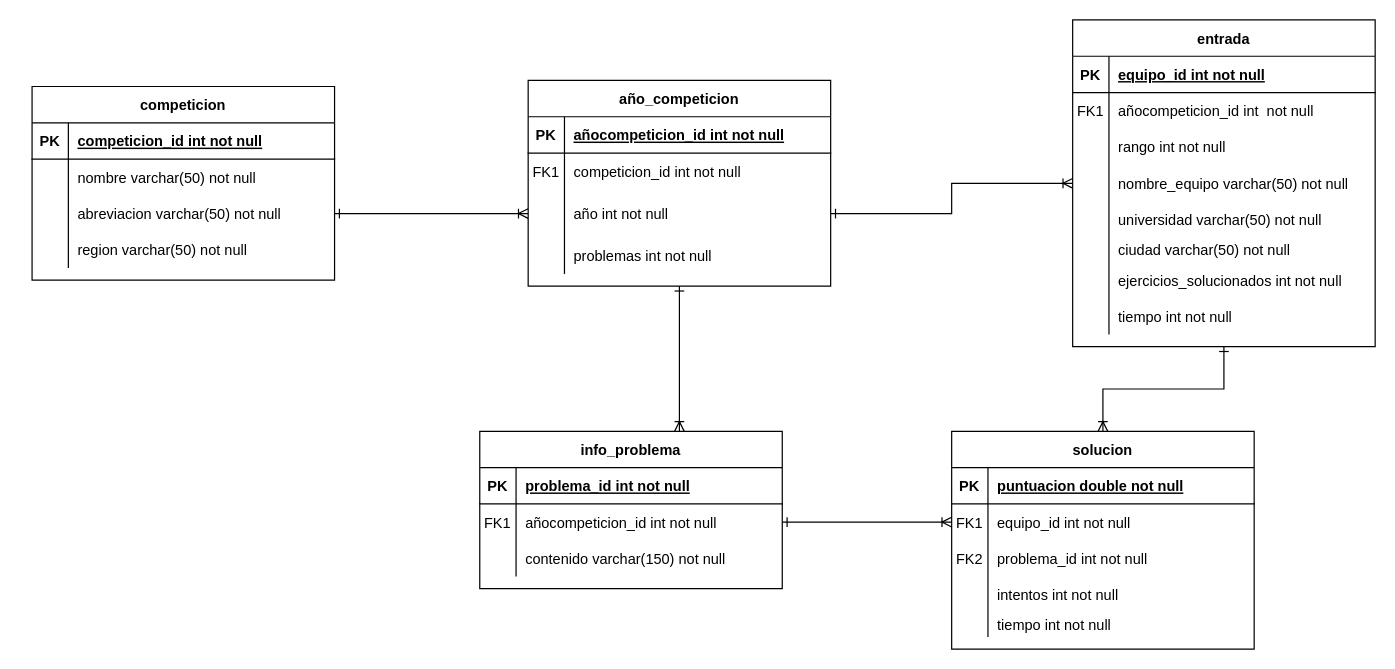
This is Untitled Diagram.drawio from ManruizUnBosque/WorkShop5, a draw.io file, before an edit. Source tidied: cells renumbered, new cells numbered last; positions are measured from the earlier drawing's top-left corner, leaving out a move shared by most shapes. Both pictures are drawn from the tidied source at 121%, with x=0, y=0 at pixel (31, 19).
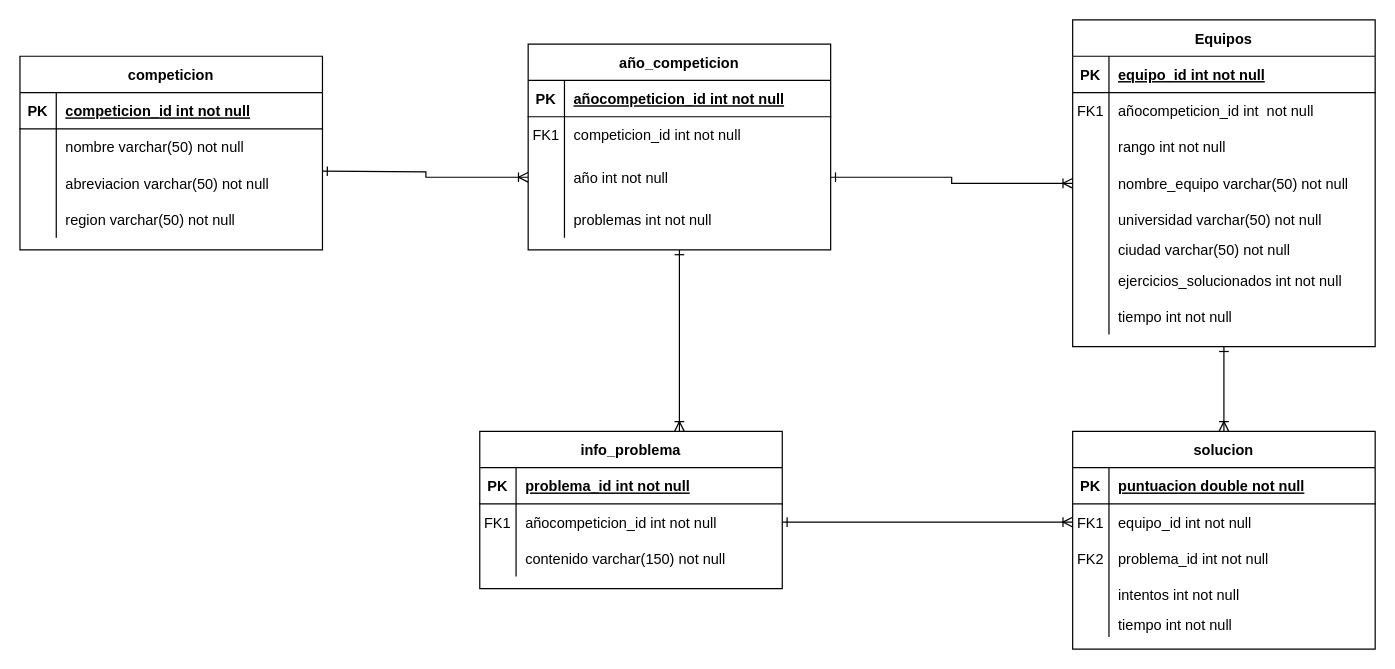
The same diagram, later.

The change refers to these unchanged cells:
```xml
<mxCell id="10" style="shape=partialRectangle;fillColor=none;points=[[0,0.5],[1,0.5]];portConstraint=eastwest;top=0;left=0;right=0;bottom=0;" parent="3" vertex="1">
  <mxGeometry y="90" width="250" height="40" as="geometry" />
</mxCell>
<mxCell id="33" style="shape=partialRectangle;fillColor=none;points=[[0,0.5],[1,0.5]];portConstraint=eastwest;top=0;left=0;right=0;bottom=0;" parent="26" vertex="1">
  <mxGeometry y="90" width="250" height="30" as="geometry" />
</mxCell>
```

Diff of the diagram source:
```diff
@@
     <mxCell id="3" value="año_competicion" style="shape=table;startSize=30;childLayout=tableLayout;rowLines=0;fontStyle=1;align=center;" parent="1" vertex="1">
-      <mxGeometry x="410" y="50" width="250" height="170" as="geometry" />
+      <mxGeometry x="410" y="20" width="250" height="170" as="geometry" />
     </mxCell>
@@
     <mxCell id="26" value="competicion" style="shape=table;startSize=30;childLayout=tableLayout;rowLines=0;fontStyle=1;align=center;" parent="1" vertex="1">
-      <mxGeometry y="55" width="250" height="160" as="geometry" />
+      <mxGeometry x="-10" y="30" width="250" height="160" as="geometry" />
     </mxCell>
@@
-    <mxCell id="40" value="entrada" style="shape=table;startSize=30;childLayout=tableLayout;rowLines=0;fontStyle=1;align=center;" parent="1" vertex="1">
+    <mxCell id="40" value="Equipos" style="shape=table;startSize=30;childLayout=tableLayout;rowLines=0;fontStyle=1;align=center;" parent="1" vertex="1">
       <mxGeometry x="860" width="250" height="270" as="geometry" />
     </mxCell>
@@
     <mxCell id="65" value="solucion" style="shape=table;startSize=30;childLayout=tableLayout;rowLines=0;fontStyle=1;align=center;" parent="1" vertex="1">
-      <mxGeometry x="760" y="340" width="250" height="180" as="geometry" />
+      <mxGeometry x="860" y="340" width="250" height="180" as="geometry" />
     </mxCell>
@@
-    <mxCell id="81" style="edgeStyle=orthogonalEdgeStyle;rounded=0;jettySize=auto;html=1;exitX=1;exitY=0.5;exitDx=0;exitDy=0;entryX=0;entryY=0.5;entryDx=0;entryDy=0;startArrow=ERone;startFill=0;endArrow=ERoneToMany;endFill=0;" parent="1" edge="1" source="33" target="10">
-      <mxGeometry relative="1" as="geometry">
-        <Array as="points">
-          <mxPoint x="370" y="160" />
-          <mxPoint x="370" y="160" />
-        </Array>
-      </mxGeometry>
-    </mxCell>
@@
+    <mxCell id="84" style="edgeStyle=orthogonalEdgeStyle;rounded=0;jettySize=auto;html=1;exitX=1;exitY=0.5;exitDx=0;exitDy=0;entryX=0;entryY=0.5;entryDx=0;entryDy=0;startArrow=ERone;startFill=0;endArrow=ERoneToMany;endFill=0;" parent="1" edge="1" target="10">
+      <mxGeometry relative="1" as="geometry">
+        <mxPoint x="240" y="125" as="sourcePoint" />
+      </mxGeometry>
+    </mxCell>
```
